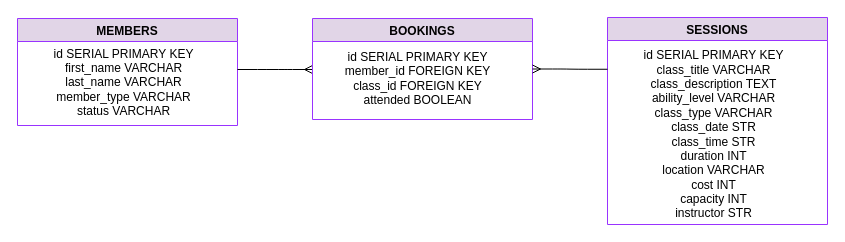
Above: diagrams/project_database_diagram.drawio in M5FGN/codeclan_project_gymclan (draw.io), before the change. Source tidied: cells renumbered, new cells numbered last; positions are measured from the earlier drawing's top-left corner, leaving out a move shared by most shapes. Both pictures are drawn from the tidied source at 100%, with x=0, y=0 at pixel (17, 17).
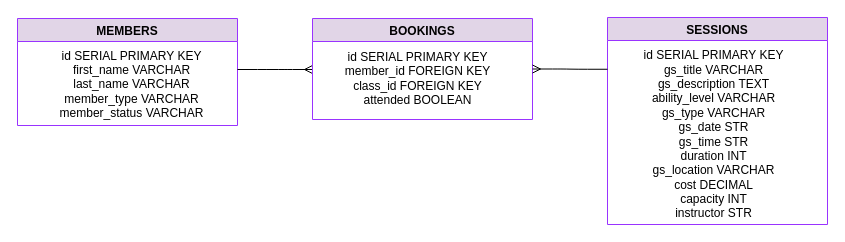
The same diagram, later.

What changed in the source:
```diff
@@
 <mxGraphModel>
   <root>
     <mxCell id="0" />
     <mxCell id="1" parent="0" />
     <mxCell id="2" value="MEMBERS" style="swimlane;fillColor=#e1d5e7;strokeColor=#9933FF;" parent="1" vertex="1">
       <mxGeometry y="1" width="220" height="107" as="geometry" />
     </mxCell>
-    <mxCell id="3" value="id SERIAL PRIMARY KEY&lt;br&gt;first_name VARCHAR&lt;br&gt;last_name VARCHAR&lt;br&gt;member_type VARCHAR&lt;br&gt;status VARCHAR" style="text;html=1;align=center;verticalAlign=middle;" parent="2" vertex="1">
-      <mxGeometry x="26" y="24" width="160" height="80" as="geometry" />
+    <mxCell id="3" value="id SERIAL PRIMARY KEY&lt;br&gt;first_name VARCHAR&lt;br&gt;last_name VARCHAR&lt;br&gt;member_type VARCHAR&lt;br&gt;member_status VARCHAR" style="text;html=1;align=center;verticalAlign=middle;" parent="2" vertex="1">
+      <mxGeometry x="34" y="26" width="160" height="80" as="geometry" />
     </mxCell>
     <mxCell id="4" style="edgeStyle=entityRelationEdgeStyle;fontSize=12;html=1;endArrow=ERmany;" parent="1" edge="1">
       <mxGeometry relative="1" as="geometry">
         <mxPoint x="220" y="52" as="sourcePoint" />
         <mxPoint x="295" y="52" as="targetPoint" />
       </mxGeometry>
     </mxCell>
     <mxCell id="5" value="BOOKINGS" style="swimlane;fillColor=#e1d5e7;strokeColor=#9933FF;startSize=23;" parent="1" vertex="1">
       <mxGeometry x="295" y="1" width="220" height="101" as="geometry" />
     </mxCell>
     <mxCell id="6" value="id SERIAL PRIMARY KEY&lt;br&gt;member_id FOREIGN KEY&lt;br&gt;class_id FOREIGN KEY&lt;br&gt;attended BOOLEAN" style="text;html=1;align=center;verticalAlign=middle;" parent="5" vertex="1">
       <mxGeometry x="25" y="30" width="160" height="60" as="geometry" />
     </mxCell>
     <mxCell id="7" value="SESSIONS" style="swimlane;fillColor=#e1d5e7;strokeColor=#9933FF;startSize=23;" parent="1" vertex="1">
       <mxGeometry x="590" width="220" height="207" as="geometry" />
     </mxCell>
-    <mxCell id="8" value="id SERIAL PRIMARY KEY&lt;br&gt;class_title VARCHAR&lt;br&gt;class_description TEXT&lt;br&gt;ability_level VARCHAR&lt;br&gt;class_type VARCHAR&lt;br&gt;class_date STR&lt;br&gt;class_time STR&lt;br&gt;duration INT&lt;br&gt;location VARCHAR&lt;br&gt;cost INT&lt;br&gt;capacity INT&lt;br&gt;instructor STR" style="text;html=1;align=center;verticalAlign=middle;" parent="7" vertex="1">
+    <mxCell id="8" value="id SERIAL PRIMARY KEY&lt;br&gt;gs_title VARCHAR&lt;br&gt;gs_description TEXT&lt;br&gt;ability_level VARCHAR&lt;br&gt;gs_type VARCHAR&lt;br&gt;gs_date STR&lt;br&gt;gs_time STR&lt;br&gt;duration INT&lt;br&gt;gs_location VARCHAR&lt;br&gt;cost DECIMAL&lt;br&gt;capacity INT&lt;br&gt;instructor STR" style="text;html=1;align=center;verticalAlign=middle;" parent="7" vertex="1">
       <mxGeometry x="26" y="32" width="160" height="170" as="geometry" />
     </mxCell>
     <mxCell id="9" style="edgeStyle=entityRelationEdgeStyle;fontSize=12;html=1;endArrow=ERmany;exitX=0;exitY=0.25;exitDx=0;exitDy=0;entryX=1;entryY=0.5;entryDx=0;entryDy=0;" parent="1" edge="1" source="7" target="5">
       <mxGeometry relative="1" as="geometry" />
     </mxCell>
   </root>
 </mxGraphModel>
```
